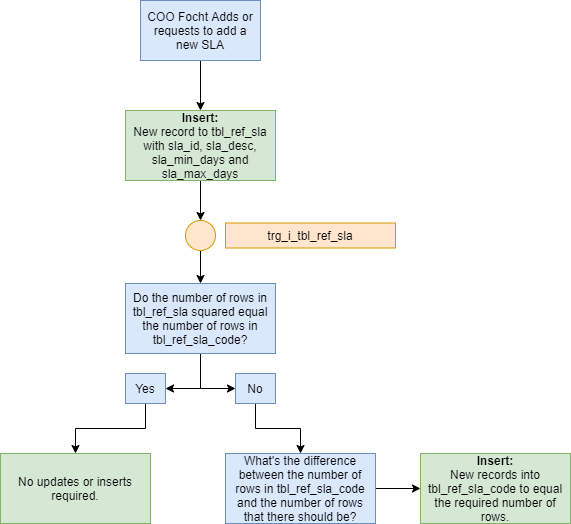
NYC-Parks/SLADB keeps this draw.io diagram as images/trg_i_tbl_ref_sla.png. Above is the earlier version. Source tidied: cells renumbered, new cells last; positions are measured from the earlier drawing's top-left corner, leaving out a move shared by most shapes. The source it was exported from:
```xml
<mxGraphModel>
  <root>
    <mxCell id="0" />
    <mxCell id="1" parent="0" />
    <mxCell id="2" style="edgeStyle=orthogonalEdgeStyle;rounded=0;jettySize=auto;html=1;exitX=0.5;exitY=1;exitDx=0;exitDy=0;entryX=0.5;entryY=0;entryDx=0;entryDy=0;" parent="1" edge="1" source="3" target="5">
      <mxGeometry relative="1" as="geometry" />
    </mxCell>
    <mxCell id="3" value="COO Focht Adds or requests to add a new SLA" style="rounded=0;whiteSpace=wrap;html=1;fillColor=#dae8fc;strokeColor=#6c8ebf;" parent="1" vertex="1">
      <mxGeometry x="140" width="120" height="60" as="geometry" />
    </mxCell>
    <mxCell id="4" style="edgeStyle=orthogonalEdgeStyle;rounded=0;jettySize=auto;html=1;exitX=0.5;exitY=1;exitDx=0;exitDy=0;entryX=0.5;entryY=0;entryDx=0;entryDy=0;" parent="1" edge="1" source="5" target="18">
      <mxGeometry relative="1" as="geometry" />
    </mxCell>
    <mxCell id="5" value="&lt;b&gt;Insert:&lt;/b&gt;&lt;br&gt;New record to tbl_ref_sla with sla_id, sla_desc, sla_min_days and sla_max_days" style="rounded=0;whiteSpace=wrap;html=1;fillColor=#d5e8d4;strokeColor=#82b366;" parent="1" vertex="1">
      <mxGeometry x="125" y="110" width="150" height="70" as="geometry" />
    </mxCell>
    <mxCell id="6" style="edgeStyle=orthogonalEdgeStyle;rounded=0;jettySize=auto;html=1;exitX=0.5;exitY=1;exitDx=0;exitDy=0;entryX=1;entryY=0.5;entryDx=0;entryDy=0;" parent="1" edge="1" source="8" target="10">
      <mxGeometry relative="1" as="geometry" />
    </mxCell>
    <mxCell id="7" style="edgeStyle=orthogonalEdgeStyle;rounded=0;jettySize=auto;html=1;exitX=0.5;exitY=1;exitDx=0;exitDy=0;entryX=0;entryY=0.5;entryDx=0;entryDy=0;" parent="1" edge="1" source="8" target="12">
      <mxGeometry relative="1" as="geometry" />
    </mxCell>
    <mxCell id="8" value="Do the number of rows in tbl_ref_sla squared equal the number of rows in tbl_ref_sla_code?" style="rounded=0;whiteSpace=wrap;html=1;fillColor=#dae8fc;strokeColor=#6c8ebf;" parent="1" vertex="1">
      <mxGeometry x="125" y="283" width="150" height="70" as="geometry" />
    </mxCell>
    <mxCell id="9" style="edgeStyle=orthogonalEdgeStyle;rounded=0;jettySize=auto;html=1;exitX=0.5;exitY=1;exitDx=0;exitDy=0;entryX=0.5;entryY=0;entryDx=0;entryDy=0;" parent="1" edge="1" source="10" target="16">
      <mxGeometry relative="1" as="geometry" />
    </mxCell>
    <mxCell id="10" value="Yes" style="rounded=0;whiteSpace=wrap;html=1;fillColor=#dae8fc;strokeColor=#6c8ebf;" parent="1" vertex="1">
      <mxGeometry x="125" y="373" width="40" height="30" as="geometry" />
    </mxCell>
    <mxCell id="11" style="edgeStyle=orthogonalEdgeStyle;rounded=0;jettySize=auto;html=1;exitX=0.5;exitY=1;exitDx=0;exitDy=0;entryX=0.5;entryY=0;entryDx=0;entryDy=0;" parent="1" edge="1" source="12" target="14">
      <mxGeometry relative="1" as="geometry" />
    </mxCell>
    <mxCell id="12" value="No" style="rounded=0;whiteSpace=wrap;html=1;fillColor=#dae8fc;strokeColor=#6c8ebf;" parent="1" vertex="1">
      <mxGeometry x="235" y="373" width="40" height="30" as="geometry" />
    </mxCell>
    <mxCell id="13" style="edgeStyle=orthogonalEdgeStyle;rounded=0;jettySize=auto;html=1;exitX=1;exitY=0.5;exitDx=0;exitDy=0;entryX=0;entryY=0.5;entryDx=0;entryDy=0;" parent="1" edge="1" source="14" target="15">
      <mxGeometry relative="1" as="geometry" />
    </mxCell>
    <mxCell id="14" value="What's the difference between the number of rows in tbl_ref_sla_code and the number of rows that there should be?" style="rounded=0;whiteSpace=wrap;html=1;fillColor=#dae8fc;strokeColor=#6c8ebf;" parent="1" vertex="1">
      <mxGeometry x="225" y="453" width="150" height="70" as="geometry" />
    </mxCell>
    <mxCell id="15" value="&lt;b&gt;Insert:&lt;/b&gt;&lt;br&gt;New records into tbl_ref_sla_code to equal the required number of rows." style="rounded=0;whiteSpace=wrap;html=1;fillColor=#d5e8d4;strokeColor=#82b366;" parent="1" vertex="1">
      <mxGeometry x="420" y="453" width="150" height="70" as="geometry" />
    </mxCell>
    <mxCell id="16" value="No updates or inserts required." style="rounded=0;whiteSpace=wrap;html=1;fillColor=#d5e8d4;strokeColor=#82b366;" parent="1" vertex="1">
      <mxGeometry y="453" width="150" height="70" as="geometry" />
    </mxCell>
    <mxCell id="17" style="edgeStyle=orthogonalEdgeStyle;rounded=0;jettySize=auto;html=1;exitX=0.5;exitY=1;exitDx=0;exitDy=0;entryX=0.5;entryY=0;entryDx=0;entryDy=0;" parent="1" edge="1" source="18" target="8">
      <mxGeometry relative="1" as="geometry" />
    </mxCell>
    <mxCell id="18" style="ellipse;whiteSpace=wrap;html=1;fillColor=#ffe6cc;strokeColor=#d79b00;" parent="1" vertex="1">
      <mxGeometry x="185" y="220" width="30" height="30" as="geometry" />
    </mxCell>
    <mxCell id="19" value="trg_i_tbl_ref_sla" style="rounded=0;whiteSpace=wrap;html=1;fillColor=#ffe6cc;strokeColor=#d79b00;" parent="1" vertex="1">
      <mxGeometry x="225" y="222.5" width="170" height="25" as="geometry" />
    </mxCell>
  </root>
</mxGraphModel>
```
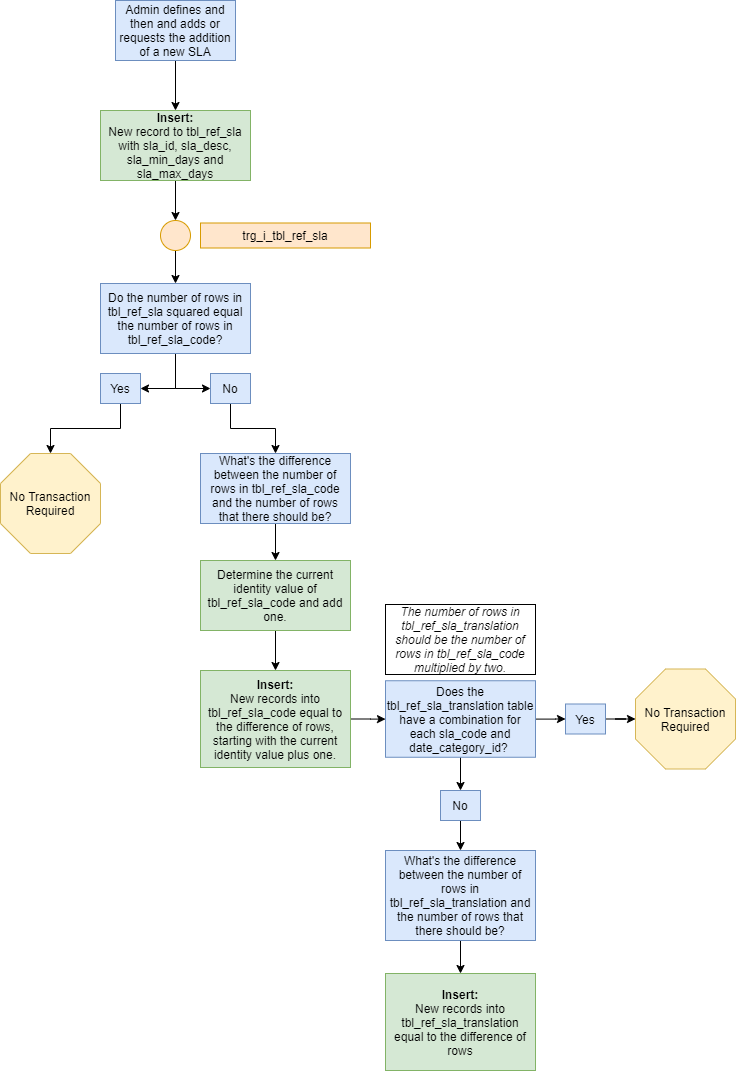
The same diagram one commit later.

The edit, as a diff of the source:
```diff
@@ -5,7 +5,7 @@
     <mxCell id="2" style="edgeStyle=orthogonalEdgeStyle;rounded=0;jettySize=auto;html=1;exitX=0.5;exitY=1;exitDx=0;exitDy=0;entryX=0.5;entryY=0;entryDx=0;entryDy=0;" parent="1" edge="1" source="3" target="5">
       <mxGeometry relative="1" as="geometry" />
     </mxCell>
-    <mxCell id="3" value="COO Focht Adds or requests to add a new SLA" style="rounded=0;whiteSpace=wrap;html=1;fillColor=#dae8fc;strokeColor=#6c8ebf;" parent="1" vertex="1">
+    <mxCell id="3" value="Admin defines and then and adds or requests the addition of a new SLA" style="rounded=0;whiteSpace=wrap;html=1;fillColor=#dae8fc;strokeColor=#6c8ebf;" parent="1" vertex="1">
       <mxGeometry x="140" width="120" height="60" as="geometry" />
     </mxCell>
     <mxCell id="4" style="edgeStyle=orthogonalEdgeStyle;rounded=0;jettySize=auto;html=1;exitX=0.5;exitY=1;exitDx=0;exitDy=0;entryX=0.5;entryY=0;entryDx=0;entryDy=0;" parent="1" edge="1" source="5" target="18">
@@ -23,8 +23,10 @@
     <mxCell id="8" value="Do the number of rows in tbl_ref_sla squared equal the number of rows in tbl_ref_sla_code?" style="rounded=0;whiteSpace=wrap;html=1;fillColor=#dae8fc;strokeColor=#6c8ebf;" parent="1" vertex="1">
       <mxGeometry x="125" y="283" width="150" height="70" as="geometry" />
     </mxCell>
-    <mxCell id="9" style="edgeStyle=orthogonalEdgeStyle;rounded=0;jettySize=auto;html=1;exitX=0.5;exitY=1;exitDx=0;exitDy=0;entryX=0.5;entryY=0;entryDx=0;entryDy=0;" parent="1" edge="1" source="10" target="16">
-      <mxGeometry relative="1" as="geometry" />
+    <mxCell id="9" style="edgeStyle=orthogonalEdgeStyle;rounded=0;jettySize=auto;html=1;exitX=0.5;exitY=1;exitDx=0;exitDy=0;entryX=0.5;entryY=0;entryDx=0;entryDy=0;" parent="1" edge="1" source="10">
+      <mxGeometry relative="1" as="geometry">
+        <mxPoint x="75" y="453" as="targetPoint" />
+      </mxGeometry>
     </mxCell>
     <mxCell id="10" value="Yes" style="rounded=0;whiteSpace=wrap;html=1;fillColor=#dae8fc;strokeColor=#6c8ebf;" parent="1" vertex="1">
       <mxGeometry x="125" y="373" width="40" height="30" as="geometry" />
@@ -35,18 +37,18 @@
     <mxCell id="12" value="No" style="rounded=0;whiteSpace=wrap;html=1;fillColor=#dae8fc;strokeColor=#6c8ebf;" parent="1" vertex="1">
       <mxGeometry x="235" y="373" width="40" height="30" as="geometry" />
     </mxCell>
-    <mxCell id="13" style="edgeStyle=orthogonalEdgeStyle;rounded=0;jettySize=auto;html=1;exitX=1;exitY=0.5;exitDx=0;exitDy=0;entryX=0;entryY=0.5;entryDx=0;entryDy=0;" parent="1" edge="1" source="14" target="15">
+    <mxCell id="13" style="edgeStyle=orthogonalEdgeStyle;rounded=0;jettySize=auto;html=1;" parent="1" edge="1" source="14" target="15">
       <mxGeometry relative="1" as="geometry" />
     </mxCell>
     <mxCell id="14" value="What's the difference between the number of rows in tbl_ref_sla_code and the number of rows that there should be?" style="rounded=0;whiteSpace=wrap;html=1;fillColor=#dae8fc;strokeColor=#6c8ebf;" parent="1" vertex="1">
       <mxGeometry x="225" y="453" width="150" height="70" as="geometry" />
     </mxCell>
+    <mxCell id="20" style="edgeStyle=orthogonalEdgeStyle;rounded=0;jettySize=auto;html=1;" parent="1" edge="1" source="15" target="23">
+      <mxGeometry relative="1" as="geometry" />
+    </mxCell>
-    <mxCell id="15" value="&lt;b&gt;Insert:&lt;/b&gt;&lt;br&gt;New records into tbl_ref_sla_code to equal the required number of rows." style="rounded=0;whiteSpace=wrap;html=1;fillColor=#d5e8d4;strokeColor=#82b366;" parent="1" vertex="1">
-      <mxGeometry x="420" y="453" width="150" height="70" as="geometry" />
+    <mxCell id="15" value="Determine the current identity value of tbl_ref_sla_code and add one." style="rounded=0;whiteSpace=wrap;html=1;fillColor=#d5e8d4;strokeColor=#82b366;" parent="1" vertex="1">
+      <mxGeometry x="225" y="560" width="150" height="70" as="geometry" />
     </mxCell>
-    <mxCell id="16" value="No updates or inserts required." style="rounded=0;whiteSpace=wrap;html=1;fillColor=#d5e8d4;strokeColor=#82b366;" parent="1" vertex="1">
-      <mxGeometry y="453" width="150" height="70" as="geometry" />
-    </mxCell>
     <mxCell id="17" style="edgeStyle=orthogonalEdgeStyle;rounded=0;jettySize=auto;html=1;exitX=0.5;exitY=1;exitDx=0;exitDy=0;entryX=0.5;entryY=0;entryDx=0;entryDy=0;" parent="1" edge="1" source="18" target="8">
       <mxGeometry relative="1" as="geometry" />
     </mxCell>
@@ -56,5 +58,54 @@
     <mxCell id="19" value="trg_i_tbl_ref_sla" style="rounded=0;whiteSpace=wrap;html=1;fillColor=#ffe6cc;strokeColor=#d79b00;" parent="1" vertex="1">
       <mxGeometry x="225" y="222.5" width="170" height="25" as="geometry" />
     </mxCell>
+    <mxCell id="21" value="No Transaction Required" style="whiteSpace=wrap;html=1;shape=mxgraph.basic.octagon2;align=center;verticalAlign=middle;dx=15;fillColor=#fff2cc;strokeColor=#d6b656;" parent="1" vertex="1">
+      <mxGeometry x="25" y="453" width="100" height="100" as="geometry" />
+    </mxCell>
+    <mxCell id="22" style="edgeStyle=orthogonalEdgeStyle;rounded=0;jettySize=auto;html=1;" parent="1" edge="1" source="23" target="26">
+      <mxGeometry relative="1" as="geometry" />
+    </mxCell>
+    <mxCell id="23" value="&lt;b&gt;Insert:&lt;/b&gt;&lt;br&gt;New records into tbl_ref_sla_code equal to the difference of rows, starting with the current identity value plus one." style="rounded=0;whiteSpace=wrap;html=1;fillColor=#d5e8d4;strokeColor=#82b366;" parent="1" vertex="1">
+      <mxGeometry x="225" y="670" width="150" height="97" as="geometry" />
+    </mxCell>
+    <mxCell id="24" style="edgeStyle=orthogonalEdgeStyle;rounded=0;jettySize=auto;html=1;" parent="1" edge="1" source="26" target="31">
+      <mxGeometry relative="1" as="geometry" />
+    </mxCell>
+    <mxCell id="25" style="edgeStyle=orthogonalEdgeStyle;rounded=0;jettySize=auto;html=1;" parent="1" edge="1" source="26" target="29">
+      <mxGeometry relative="1" as="geometry" />
+    </mxCell>
+    <mxCell id="26" value="Does the tbl_ref_sla_translation table have a combination for each sla_code and date_category_id?&amp;nbsp;" style="rounded=0;whiteSpace=wrap;html=1;fillColor=#dae8fc;strokeColor=#6c8ebf;align=center;" parent="1" vertex="1">
+      <mxGeometry x="410" y="680.2" width="150" height="76.5" as="geometry" />
+    </mxCell>
+    <mxCell id="27" value="&lt;i&gt;The number of rows in tbl_ref_sla_translation should be the number of rows in tbl_ref_sla_code multiplied by two.&lt;/i&gt;" style="rounded=0;whiteSpace=wrap;html=1;" parent="1" vertex="1">
+      <mxGeometry x="410" y="604" width="150" height="70" as="geometry" />
+    </mxCell>
+    <mxCell id="28" style="edgeStyle=orthogonalEdgeStyle;rounded=0;jettySize=auto;html=1;" parent="1" edge="1" source="29" target="32">
+      <mxGeometry relative="1" as="geometry" />
+    </mxCell>
+    <mxCell id="29" value="Yes" style="rounded=0;whiteSpace=wrap;html=1;fillColor=#dae8fc;strokeColor=#6c8ebf;" parent="1" vertex="1">
+      <mxGeometry x="590" y="703.5" width="40" height="30" as="geometry" />
+    </mxCell>
+    <mxCell id="30" style="edgeStyle=orthogonalEdgeStyle;rounded=0;jettySize=auto;html=1;" parent="1" edge="1" source="31">
+      <mxGeometry relative="1" as="geometry">
+        <mxPoint x="485" y="850" as="targetPoint" />
+      </mxGeometry>
+    </mxCell>
+    <mxCell id="31" value="No" style="rounded=0;whiteSpace=wrap;html=1;fillColor=#dae8fc;strokeColor=#6c8ebf;" parent="1" vertex="1">
+      <mxGeometry x="465" y="790" width="40" height="30" as="geometry" />
+    </mxCell>
+    <mxCell id="32" value="No Transaction Required" style="whiteSpace=wrap;html=1;shape=mxgraph.basic.octagon2;align=center;verticalAlign=middle;dx=15;fillColor=#fff2cc;strokeColor=#d6b656;" parent="1" vertex="1">
+      <mxGeometry x="660" y="668.5" width="100" height="100" as="geometry" />
+    </mxCell>
+    <mxCell id="33" style="edgeStyle=orthogonalEdgeStyle;rounded=0;jettySize=auto;html=1;" parent="1" edge="1" target="34">
+      <mxGeometry relative="1" as="geometry">
+        <mxPoint x="485" y="940" as="sourcePoint" />
+      </mxGeometry>
+    </mxCell>
+    <mxCell id="34" value="&lt;b&gt;Insert:&lt;/b&gt;&lt;br&gt;New records into tbl_ref_sla_translation equal to the difference of rows" style="rounded=0;whiteSpace=wrap;html=1;fillColor=#d5e8d4;strokeColor=#82b366;" parent="1" vertex="1">
+      <mxGeometry x="410" y="973" width="150" height="97" as="geometry" />
+    </mxCell>
+    <mxCell id="35" value="What's the difference between the number of rows in tbl_ref_sla_translation and the number of rows that there should be?" style="rounded=0;whiteSpace=wrap;html=1;fillColor=#dae8fc;strokeColor=#6c8ebf;" parent="1" vertex="1">
+      <mxGeometry x="410" y="850" width="150" height="90" as="geometry" />
+    </mxCell>
   </root>
 </mxGraphModel>
```
